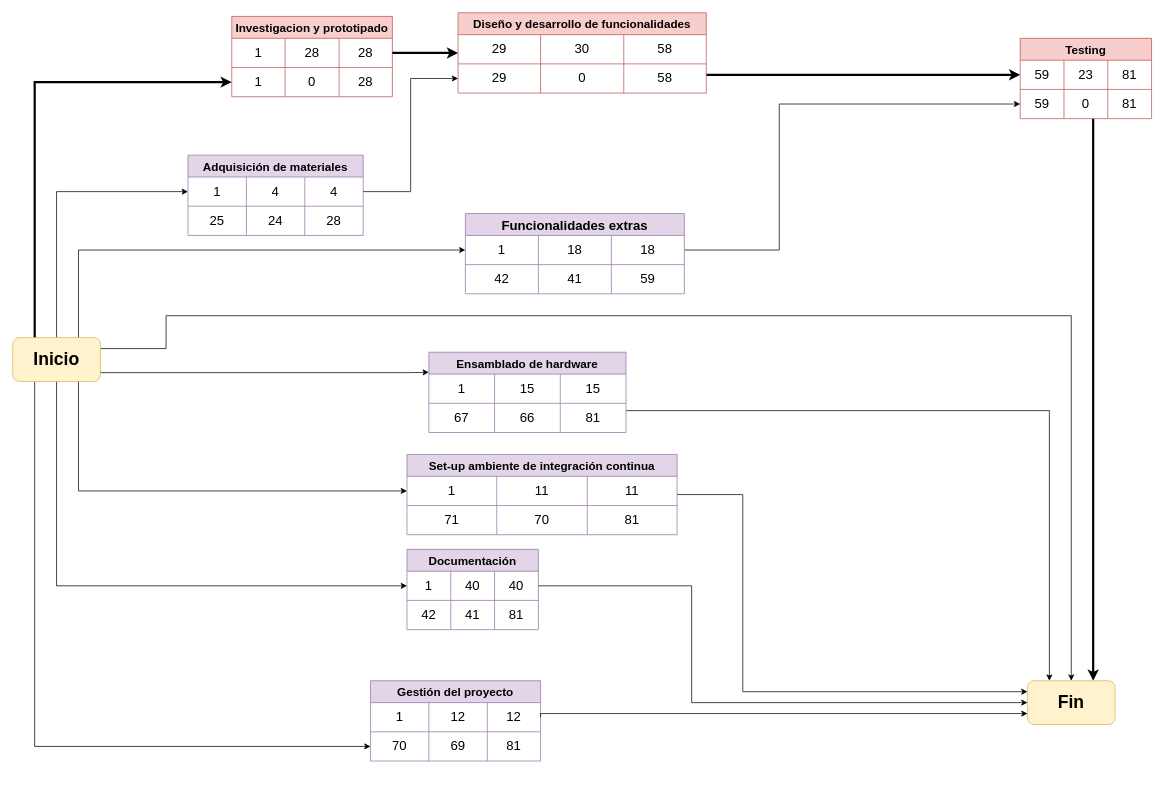
Above: page "Page-8" (8 of 8) of docs/ProyectoFinal.drawio in kronleuchter85/cese_proyecto_final (draw.io), before the change. Source tidied: cells renumbered, new cells numbered last; positions are measured from the earlier drawing's top-left corner, leaving out a move shared by most shapes. Both pictures are drawn from the tidied source at 73%, with x=0, y=0 at pixel (12, 12).
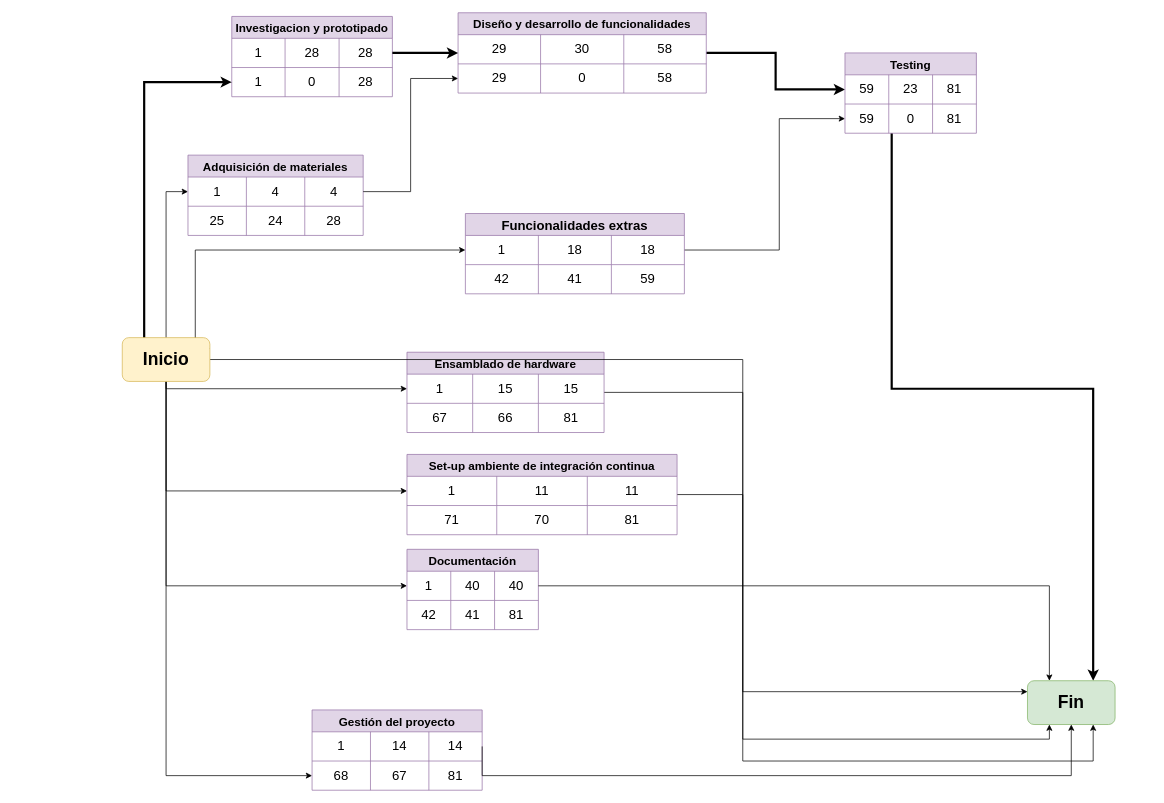
Above is the later version.

Unchanged cells that the change refers to:
```xml
<mxCell id="7" style="shape=tableRow;horizontal=0;startSize=0;swimlaneHead=0;swimlaneBody=0;top=0;left=0;bottom=0;right=0;fillColor=none;points=[[0,0.5],[1,0.5]];portConstraint=eastwest;" parent="2" vertex="1">
  <mxGeometry y="70" width="220" height="40" as="geometry" />
</mxCell>
<mxCell id="12" value="Set-up ambiente de integración continua" style="shape=table;startSize=30;childLayout=tableLayout;fontStyle=1;align=center;fillColor=#e1d5e7;strokeColor=#9673a6;fontSize=16;" parent="1" vertex="1">
  <mxGeometry x="540" y="605" width="370" height="110" as="geometry" />
</mxCell>
<mxCell id="13" style="shape=tableRow;horizontal=0;startSize=0;swimlaneHead=0;swimlaneBody=0;top=0;left=0;bottom=0;right=0;fillColor=none;points=[[0,0.5],[1,0.5]];portConstraint=eastwest;" parent="12" vertex="1">
  <mxGeometry y="30" width="370" height="40" as="geometry" />
</mxCell>
<mxCell id="34" style="shape=tableRow;horizontal=0;startSize=0;swimlaneHead=0;swimlaneBody=0;top=0;left=0;bottom=0;right=0;fillColor=none;points=[[0,0.5],[1,0.5]];portConstraint=eastwest;" parent="33" vertex="1">
  <mxGeometry y="30" width="180" height="40" as="geometry" />
</mxCell>
<mxCell id="38" style="shape=tableRow;horizontal=0;startSize=0;swimlaneHead=0;swimlaneBody=0;top=0;left=0;bottom=0;right=0;fillColor=none;points=[[0,0.5],[1,0.5]];portConstraint=eastwest;" parent="33" vertex="1">
  <mxGeometry y="70" width="180" height="40" as="geometry" />
</mxCell>
<mxCell id="44" style="shape=tableRow;horizontal=0;startSize=0;swimlaneHead=0;swimlaneBody=0;top=0;left=0;bottom=0;right=0;fillColor=none;points=[[0,0.5],[1,0.5]];portConstraint=eastwest;" parent="43" vertex="1">
  <mxGeometry y="30" width="270" height="40" as="geometry" />
</mxCell>
<mxCell id="63" style="shape=tableRow;horizontal=0;startSize=0;swimlaneHead=0;swimlaneBody=0;top=0;left=0;bottom=0;right=0;fillColor=none;points=[[0,0.5],[1,0.5]];portConstraint=eastwest;" parent="62" vertex="1">
  <mxGeometry y="30" width="300" height="40" as="geometry" />
</mxCell>
<mxCell id="72" style="shape=tableRow;horizontal=0;startSize=0;swimlaneHead=0;swimlaneBody=0;top=0;left=0;bottom=0;right=0;fillColor=none;points=[[0,0.5],[1,0.5]];portConstraint=eastwest;" parent="71" vertex="1">
  <mxGeometry y="30" width="180" height="40" as="geometry" />
</mxCell>
<mxCell id="83" style="shape=tableRow;horizontal=0;startSize=0;swimlaneHead=0;swimlaneBody=0;top=0;left=0;bottom=0;right=0;fillColor=none;points=[[0,0.5],[1,0.5]];portConstraint=eastwest;" parent="82" vertex="1">
  <mxGeometry y="30" width="240" height="40" as="geometry" />
</mxCell>
<mxCell id="92" style="shape=tableRow;horizontal=0;startSize=0;swimlaneHead=0;swimlaneBody=0;top=0;left=0;bottom=0;right=0;fillColor=none;points=[[0,0.5],[1,0.5]];portConstraint=eastwest;" parent="91" vertex="1">
  <mxGeometry y="30" width="233" height="40" as="geometry" />
</mxCell>
<mxCell id="96" style="shape=tableRow;horizontal=0;startSize=0;swimlaneHead=0;swimlaneBody=0;top=0;left=0;bottom=0;right=0;fillColor=none;points=[[0,0.5],[1,0.5]];portConstraint=eastwest;" parent="91" vertex="1">
  <mxGeometry y="70" width="233" height="40" as="geometry" />
</mxCell>
```

Change to the diagram source:
```diff
@@
-    <mxCell id="2" value="Investigacion y prototipado" style="shape=table;startSize=30;childLayout=tableLayout;fontStyle=1;align=center;fillColor=#f8cecc;strokeColor=#b85450;fontSize=16;" parent="1" vertex="1">
+    <mxCell id="2" value="Investigacion y prototipado" style="shape=table;startSize=30;childLayout=tableLayout;fontStyle=1;align=center;fillColor=#e1d5e7;strokeColor=#9673a6;fontSize=16;" parent="1" vertex="1">
       <mxGeometry x="300" y="5" width="220" height="110" as="geometry" />
     </mxCell>
@@
-    <mxCell id="11" style="edgeStyle=orthogonalEdgeStyle;rounded=0;jettySize=auto;html=1;entryX=0;entryY=0.25;entryDx=0;entryDy=0;" parent="1" edge="1" source="12" target="80">
+    <mxCell id="11" style="edgeStyle=orthogonalEdgeStyle;rounded=0;jettySize=auto;html=1;entryX=0.75;entryY=1;entryDx=0;entryDy=0;" parent="1" edge="1" source="12" target="80">
       <mxGeometry relative="1" as="geometry">
         <Array as="points">
           <mxPoint x="1000" y="660" />
-          <mxPoint x="1000" y="930" />
+          <mxPoint x="1000" y="1025" />
+          <mxPoint x="1480" y="1025" />
         </Array>
       </mxGeometry>
     </mxCell>
@@
     <mxCell id="21" style="edgeStyle=orthogonalEdgeStyle;rounded=0;jettySize=auto;html=1;entryX=0;entryY=0.5;entryDx=0;entryDy=0;strokeWidth=3;" parent="1" edge="1" source="23" target="34">
-      <mxGeometry relative="1" as="geometry">
-        <Array as="points">
-          <mxPoint x="1050" y="85" />
-          <mxPoint x="1050" y="85" />
-        </Array>
-      </mxGeometry>
+      <mxGeometry relative="1" as="geometry" />
     </mxCell>
-    <mxCell id="22" style="edgeStyle=orthogonalEdgeStyle;rounded=0;jettySize=auto;html=1;entryX=0;entryY=0.5;entryDx=0;entryDy=0;exitX=0.75;exitY=0;exitDx=0;exitDy=0;" parent="1" edge="1" source="60" target="63">
+    <mxCell id="22" style="edgeStyle=orthogonalEdgeStyle;rounded=0;jettySize=auto;html=1;entryX=0;entryY=0.5;entryDx=0;entryDy=0;exitX=1;exitY=0.25;exitDx=0;exitDy=0;" parent="1" edge="1" source="60" target="63">
       <mxGeometry relative="1" as="geometry">
         <Array as="points">
-          <mxPoint x="90" y="325" />
+          <mxPoint x="250" y="460" />
+          <mxPoint x="250" y="325" />
         </Array>
       </mxGeometry>
     </mxCell>
-    <mxCell id="23" value="Diseño y desarrollo de funcionalidades" style="shape=table;startSize=30;childLayout=tableLayout;fontStyle=1;align=center;fillColor=#f8cecc;strokeColor=#b85450;fontSize=16;" parent="1" vertex="1">
+    <mxCell id="23" value="Diseño y desarrollo de funcionalidades" style="shape=table;startSize=30;childLayout=tableLayout;fontStyle=1;align=center;fillColor=#e1d5e7;strokeColor=#9673a6;fontSize=16;" parent="1" vertex="1">
       <mxGeometry x="610" width="340" height="110" as="geometry" />
     </mxCell>
@@
     <mxCell id="32" style="edgeStyle=orthogonalEdgeStyle;rounded=0;jettySize=auto;html=1;strokeWidth=3;entryX=0.75;entryY=0;entryDx=0;entryDy=0;" parent="1" edge="1" source="33" target="80">
       <mxGeometry relative="1" as="geometry">
         <Array as="points">
-          <mxPoint x="1480" y="215" />
-          <mxPoint x="1480" y="215" />
+          <mxPoint x="1204" y="515" />
+          <mxPoint x="1480" y="515" />
         </Array>
       </mxGeometry>
     </mxCell>
-    <mxCell id="33" value="Testing" style="shape=table;startSize=30;childLayout=tableLayout;fontStyle=1;align=center;fillColor=#f8cecc;strokeColor=#b85450;fontSize=16;" parent="1" vertex="1">
-      <mxGeometry x="1380" y="35" width="180" height="110" as="geometry" />
+    <mxCell id="33" value="Testing" style="shape=table;startSize=30;childLayout=tableLayout;fontStyle=1;align=center;fillColor=#e1d5e7;strokeColor=#9673a6;fontSize=16;" parent="1" vertex="1">
+      <mxGeometry x="1140" y="55" width="180" height="110" as="geometry" />
     </mxCell>
@@
-    <mxCell id="42" style="edgeStyle=orthogonalEdgeStyle;rounded=0;jettySize=auto;html=1;entryX=0.25;entryY=0;entryDx=0;entryDy=0;" parent="1" edge="1" source="43" target="80">
+    <mxCell id="42" style="edgeStyle=orthogonalEdgeStyle;rounded=0;jettySize=auto;html=1;entryX=0;entryY=0.25;entryDx=0;entryDy=0;" parent="1" edge="1" source="43" target="80">
       <mxGeometry relative="1" as="geometry">
         <Array as="points">
-          <mxPoint x="1420" y="545" />
+          <mxPoint x="1000" y="520" />
+          <mxPoint x="1000" y="930" />
         </Array>
       </mxGeometry>
     </mxCell>
     <mxCell id="43" value="Ensamblado de hardware" style="shape=table;startSize=30;childLayout=tableLayout;fontStyle=1;align=center;fillColor=#e1d5e7;strokeColor=#9673a6;fontSize=16;" parent="1" vertex="1">
-      <mxGeometry x="570" y="465" width="270" height="110" as="geometry" />
+      <mxGeometry x="540" y="465" width="270" height="110" as="geometry" />
     </mxCell>
@@
-    <mxCell id="53" style="edgeStyle=orthogonalEdgeStyle;rounded=0;jettySize=auto;html=1;entryX=0;entryY=0.5;entryDx=0;entryDy=0;strokeWidth=3;exitX=0.25;exitY=0;exitDx=0;exitDy=0;" parent="1" edge="1" source="60" target="7">
+    <mxCell id="53" style="edgeStyle=orthogonalEdgeStyle;rounded=0;jettySize=auto;html=1;entryX=0;entryY=0.5;entryDx=0;entryDy=0;strokeWidth=3;" parent="1" edge="1" source="60" target="7">
       <mxGeometry relative="1" as="geometry">
         <Array as="points">
-          <mxPoint x="30" y="95" />
+          <mxPoint x="180" y="95" />
         </Array>
       </mxGeometry>
     </mxCell>
     <mxCell id="54" style="edgeStyle=orthogonalEdgeStyle;rounded=0;jettySize=auto;html=1;entryX=0;entryY=0.5;entryDx=0;entryDy=0;" parent="1" edge="1" source="60" target="13">
-      <mxGeometry relative="1" as="geometry">
-        <Array as="points">
-          <mxPoint x="90" y="655" />
-        </Array>
-      </mxGeometry>
+      <mxGeometry relative="1" as="geometry" />
     </mxCell>
@@
-    <mxCell id="56" style="edgeStyle=orthogonalEdgeStyle;rounded=0;jettySize=auto;html=1;entryX=0;entryY=0.25;entryDx=0;entryDy=0;exitX=1;exitY=0.75;exitDx=0;exitDy=0;" parent="1" edge="1" source="60" target="43">
+    <mxCell id="56" style="edgeStyle=orthogonalEdgeStyle;rounded=0;jettySize=auto;html=1;entryX=0;entryY=0.5;entryDx=0;entryDy=0;" parent="1" edge="1" source="60" target="44">
       <mxGeometry relative="1" as="geometry">
         <Array as="points">
-          <mxPoint x="120" y="493" />
-          <mxPoint x="540" y="493" />
+          <mxPoint x="210" y="515" />
         </Array>
       </mxGeometry>
     </mxCell>
-    <mxCell id="57" style="edgeStyle=orthogonalEdgeStyle;rounded=0;jettySize=auto;html=1;entryX=0;entryY=0.5;entryDx=0;entryDy=0;exitX=0.5;exitY=0;exitDx=0;exitDy=0;" parent="1" edge="1" source="60" target="83">
-      <mxGeometry relative="1" as="geometry">
-        <Array as="points">
-          <mxPoint x="60" y="245" />
-        </Array>
-      </mxGeometry>
+    <mxCell id="57" style="edgeStyle=orthogonalEdgeStyle;rounded=0;jettySize=auto;html=1;entryX=0;entryY=0.5;entryDx=0;entryDy=0;" parent="1" edge="1" source="60" target="83">
+      <mxGeometry relative="1" as="geometry" />
     </mxCell>
-    <mxCell id="58" style="edgeStyle=orthogonalEdgeStyle;rounded=0;jettySize=auto;html=1;strokeWidth=1;exitX=1;exitY=0.25;exitDx=0;exitDy=0;entryX=0.5;entryY=0;entryDx=0;entryDy=0;" parent="1" edge="1" source="60" target="80">
+    <mxCell id="58" style="edgeStyle=orthogonalEdgeStyle;rounded=0;jettySize=auto;html=1;entryX=0.25;entryY=1;entryDx=0;entryDy=0;strokeWidth=1;" parent="1" edge="1" source="60" target="80">
       <mxGeometry relative="1" as="geometry">
         <Array as="points">
-          <mxPoint x="210" y="460" />
-          <mxPoint x="210" y="415" />
-          <mxPoint x="1450" y="415" />
+          <mxPoint x="1000" y="475" />
+          <mxPoint x="1000" y="995" />
+          <mxPoint x="1420" y="995" />
         </Array>
       </mxGeometry>
     </mxCell>
     <mxCell id="59" style="edgeStyle=orthogonalEdgeStyle;rounded=0;jettySize=auto;html=1;entryX=0;entryY=0.5;entryDx=0;entryDy=0;" parent="1" edge="1" source="60" target="96">
-      <mxGeometry relative="1" as="geometry">
-        <Array as="points">
-          <mxPoint x="30" y="1005" />
-        </Array>
-      </mxGeometry>
+      <mxGeometry relative="1" as="geometry" />
     </mxCell>
     <mxCell id="60" value="Inicio" style="rounded=1;whiteSpace=wrap;html=1;fillColor=#fff2cc;strokeColor=#d6b656;fontSize=24;fontStyle=1;" parent="1" vertex="1">
-      <mxGeometry y="445" width="120" height="60" as="geometry" />
+      <mxGeometry x="150" y="445" width="120" height="60" as="geometry" />
     </mxCell>
     <mxCell id="61" style="edgeStyle=orthogonalEdgeStyle;rounded=0;jettySize=auto;html=1;entryX=0;entryY=0.5;entryDx=0;entryDy=0;exitX=1;exitY=0.5;exitDx=0;exitDy=0;" parent="1" edge="1" source="63" target="38">
       <mxGeometry relative="1" as="geometry">
         <Array as="points">
           <mxPoint x="1050" y="325" />
-          <mxPoint x="1050" y="125" />
+          <mxPoint x="1050" y="145" />
         </Array>
       </mxGeometry>
     </mxCell>
@@
-    <mxCell id="80" value="Fin" style="rounded=1;whiteSpace=wrap;html=1;fillColor=#fff2cc;strokeColor=#d6b656;fontSize=24;fontStyle=1;" parent="1" vertex="1">
+    <mxCell id="80" value="Fin" style="rounded=1;whiteSpace=wrap;html=1;fillColor=#d5e8d4;strokeColor=#82b366;fontSize=24;fontStyle=1;" parent="1" vertex="1">
       <mxGeometry x="1390" y="915" width="120" height="60" as="geometry" />
     </mxCell>
-    <mxCell id="81" style="edgeStyle=orthogonalEdgeStyle;rounded=0;jettySize=auto;html=1;exitX=1;exitY=0.5;exitDx=0;exitDy=0;entryX=0;entryY=0.5;entryDx=0;entryDy=0;" parent="1" edge="1" source="72" target="80">
+    <mxCell id="81" style="edgeStyle=orthogonalEdgeStyle;rounded=0;jettySize=auto;html=1;entryX=0.25;entryY=0;entryDx=0;entryDy=0;exitX=1;exitY=0.5;exitDx=0;exitDy=0;" parent="1" edge="1" source="72" target="80">
       <mxGeometry relative="1" as="geometry">
         <Array as="points">
-          <mxPoint x="930" y="785" />
-          <mxPoint x="930" y="945" />
+          <mxPoint x="1420" y="785" />
         </Array>
       </mxGeometry>
     </mxCell>
@@
     <mxCell id="91" value="Gestión del proyecto" style="shape=table;startSize=30;childLayout=tableLayout;fontStyle=1;align=center;fillColor=#e1d5e7;strokeColor=#9673a6;fontSize=16;" parent="1" vertex="1">
-      <mxGeometry x="490" y="915" width="233" height="110" as="geometry" />
+      <mxGeometry x="410" y="955" width="233" height="110" as="geometry" />
     </mxCell>
@@
-    <mxCell id="94" value="12" style="shape=partialRectangle;html=1;whiteSpace=wrap;fillColor=none;top=0;left=0;bottom=0;right=0;overflow=hidden;fontSize=18;" parent="92" vertex="1">
+    <mxCell id="94" value="14" style="shape=partialRectangle;html=1;whiteSpace=wrap;fillColor=none;top=0;left=0;bottom=0;right=0;overflow=hidden;fontSize=18;" parent="92" vertex="1">
       <mxGeometry x="80" width="80" height="40" as="geometry" />
     </mxCell>
-    <mxCell id="95" value="12" style="shape=partialRectangle;html=1;whiteSpace=wrap;fillColor=none;top=0;left=0;bottom=0;right=0;overflow=hidden;fontSize=18;" parent="92" vertex="1">
+    <mxCell id="95" value="14" style="shape=partialRectangle;html=1;whiteSpace=wrap;fillColor=none;top=0;left=0;bottom=0;right=0;overflow=hidden;fontSize=18;" parent="92" vertex="1">
       <mxGeometry x="160" width="73" height="40" as="geometry" />
     </mxCell>
@@
-    <mxCell id="97" value="70" style="shape=partialRectangle;html=1;whiteSpace=wrap;fillColor=none;top=0;left=0;bottom=0;right=0;overflow=hidden;fontSize=18;" parent="96" vertex="1">
+    <mxCell id="97" value="68" style="shape=partialRectangle;html=1;whiteSpace=wrap;fillColor=none;top=0;left=0;bottom=0;right=0;overflow=hidden;fontSize=18;" parent="96" vertex="1">
       <mxGeometry width="80" height="40" as="geometry" />
     </mxCell>
-    <mxCell id="98" value="69" style="shape=partialRectangle;html=1;whiteSpace=wrap;fillColor=none;top=0;left=0;bottom=0;right=0;overflow=hidden;fontSize=18;" parent="96" vertex="1">
+    <mxCell id="98" value="67" style="shape=partialRectangle;html=1;whiteSpace=wrap;fillColor=none;top=0;left=0;bottom=0;right=0;overflow=hidden;fontSize=18;" parent="96" vertex="1">
       <mxGeometry x="80" width="80" height="40" as="geometry" />
     </mxCell>
@@
-    <mxCell id="100" style="edgeStyle=orthogonalEdgeStyle;rounded=0;jettySize=auto;html=1;exitX=1;exitY=0.5;exitDx=0;exitDy=0;entryX=0;entryY=0.75;entryDx=0;entryDy=0;" parent="1" edge="1" source="92" target="80">
+    <mxCell id="100" style="edgeStyle=orthogonalEdgeStyle;rounded=0;jettySize=auto;html=1;exitX=1;exitY=0.5;exitDx=0;exitDy=0;" parent="1" edge="1" source="92">
       <mxGeometry relative="1" as="geometry">
+        <mxPoint x="1450" y="975" as="targetPoint" />
         <Array as="points">
-          <mxPoint x="723" y="960" />
+          <mxPoint x="643" y="1045" />
+          <mxPoint x="1450" y="1045" />
         </Array>
       </mxGeometry>
     </mxCell>
```
